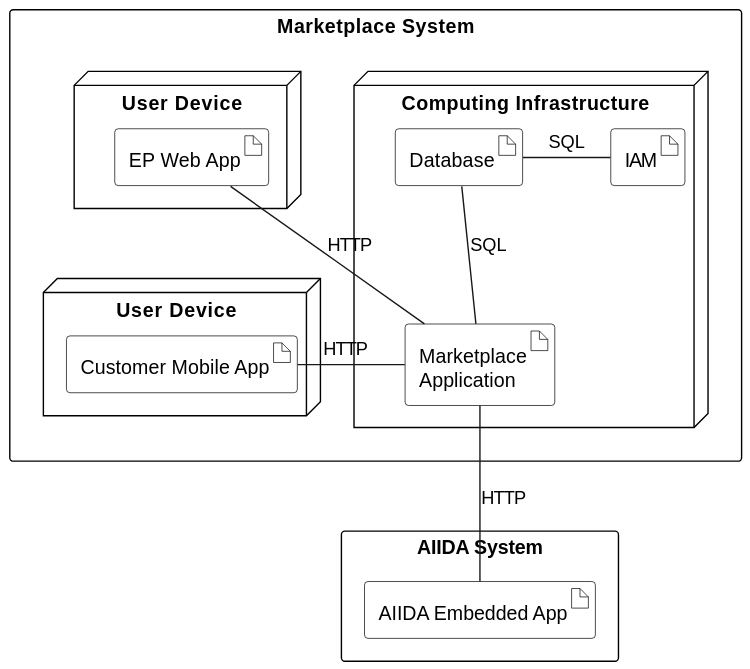
This is arc42/marketplace/deployment-view/figures/deployment-diagram-marketplace.svg from eddie-energy/architecture, a PlantUML export, as it was before one commit.
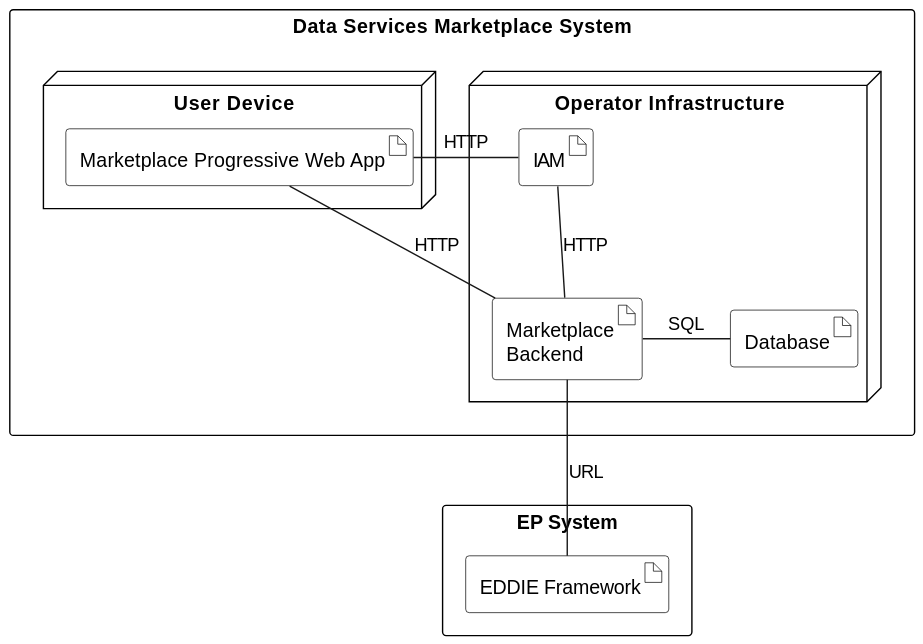
Later version of the same file.

Commit message:
Part of #121: Update Deployment View

Diff of the diagram source:
```diff
@@ -12,34 +12,28 @@
   BackgroundColor transparent
 }
 
-rectangle "Marketplace System" {
-  node "Computing Infrastructure" as local {
-    artifact "Marketplace\nApplication" as marketplace
+rectangle "Data Services Marketplace System" {
+  node "Operator Infrastructure" as local {
+    artifact "Marketplace\nBackend" as marketplace
     artifact "Database" as database
     artifact "IAM" as iam
 
-    database -down- marketplace : SQL
-    database -right- iam : SQL
+    marketplace -right- database : SQL
+    iam -down- marketplace : HTTP
   }
-node "User Device" as cust {
-    artifact "Customer Mobile App" as customer
+node "User Device" as user {
+  artifact "Marketplace Progressive Web App" as app
 }
-node "User Device" as elpa {
-    artifact "EP Web App" as ep
-}
-ep -down[hidden]- customer
 }
 
-rectangle "AIIDA System" {
-  artifact "AIIDA Embedded App" as aiida
+rectangle "EP System" {
+  artifact "EDDIE Framework" as eddie
 }
 
-
-ep -right- marketplace : HTTP
-customer -right- marketplace : "HTTP  "
-
-marketplace -down- aiida : HTTP
+app -right- iam : HTTP
+app -right- marketplace : HTTP
 
 
+marketplace -down- eddie: URL
 
 @enduml
```
